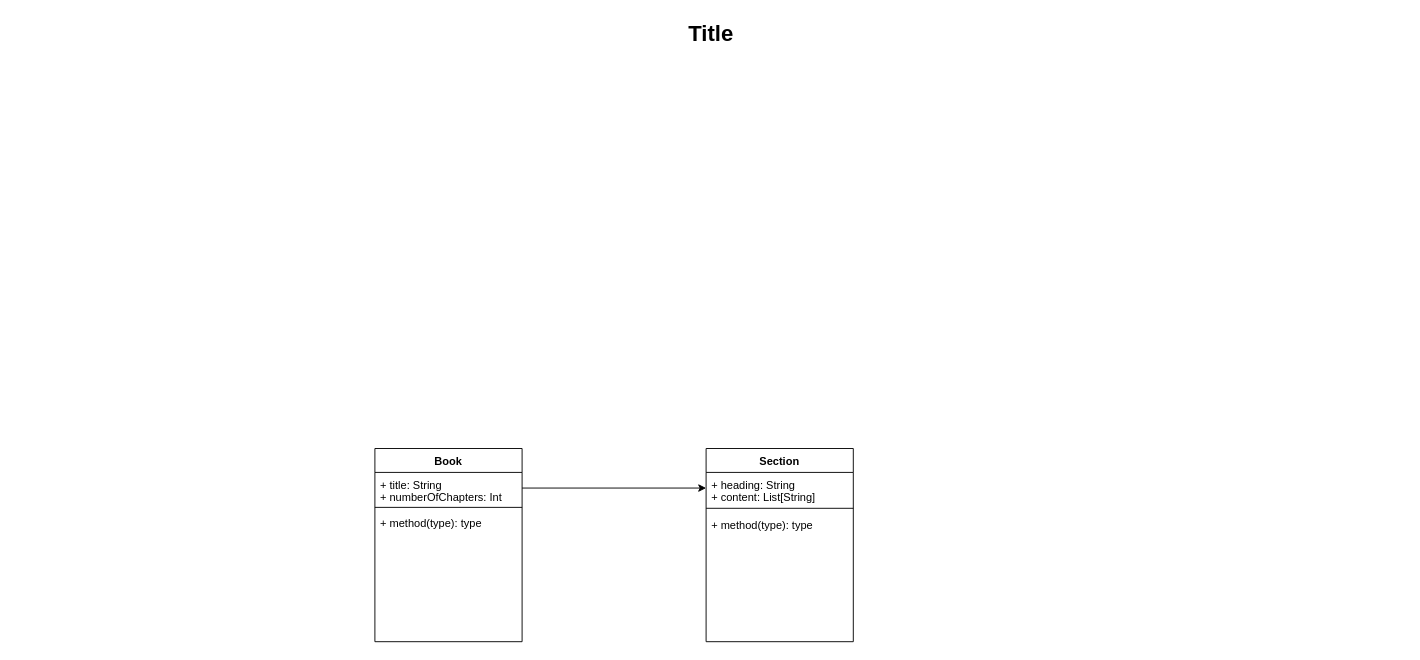
This is IngegneriaSistemiDistribuiti/immagini/Section.drawio from josura/appunti_e_cose_condivise, a draw.io file, before an edit. Source tidied: cells renumbered, new cells numbered last; positions are measured from the earlier drawing's top-left corner, leaving out a move shared by most shapes. Both pictures are drawn from the tidied source at 92%, with x=0, y=0 at pixel (16, 16).
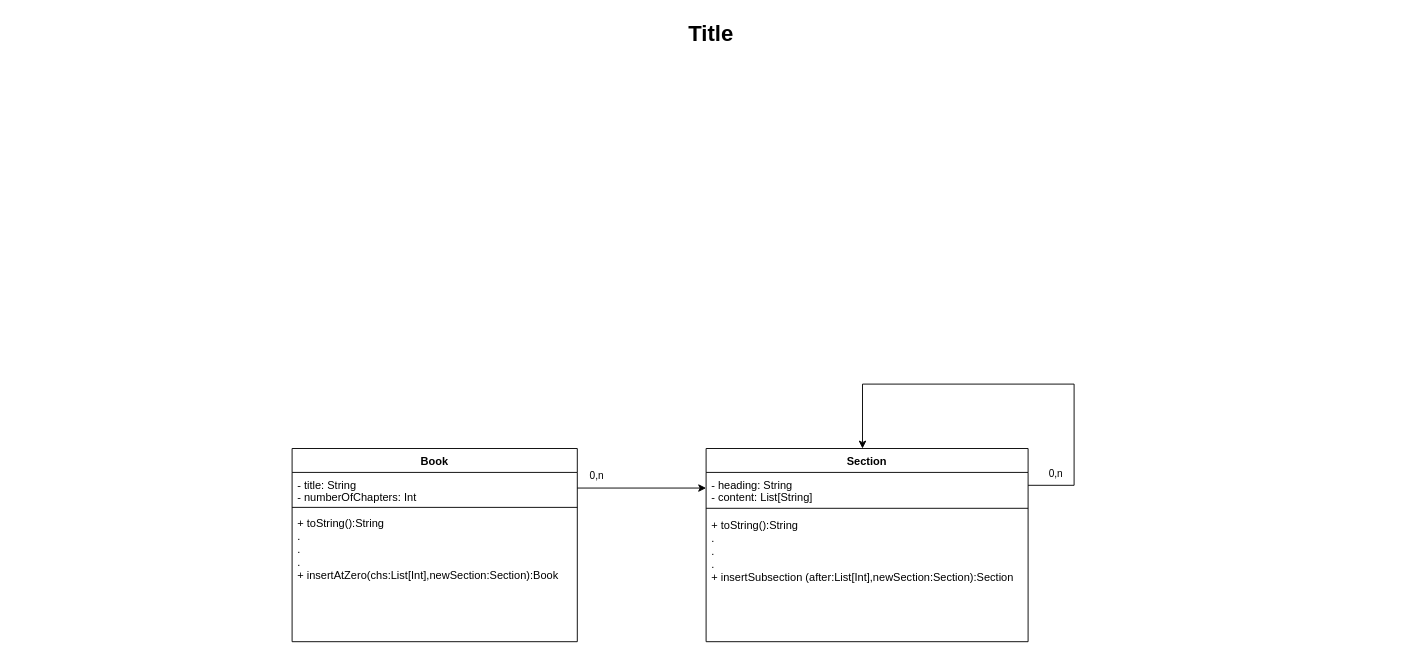
After the change.

What changed in the source:
```diff
@@
 <mxGraphModel>
   <root>
     <mxCell id="0" />
     <mxCell id="1" parent="0" />
     <mxCell id="2" value="Title" style="text;strokeColor=none;fillColor=none;html=1;fontSize=24;fontStyle=1;verticalAlign=middle;align=center;" parent="1" vertex="1">
       <mxGeometry width="1510" height="40" as="geometry" />
     </mxCell>
     <mxCell id="3" value="Section" style="swimlane;fontStyle=1;align=center;verticalAlign=top;horizontal=1;startSize=26;" parent="1" vertex="1">
-      <mxGeometry x="750" y="470" width="160" height="210" as="geometry" />
+      <mxGeometry x="750" y="470" width="350" height="210" as="geometry" />
     </mxCell>
-    <mxCell id="4" value="+ heading: String&#10;+ content: List[String]&#10;" style="text;strokeColor=none;fillColor=none;align=left;verticalAlign=top;spacingLeft=4;spacingRight=4;overflow=hidden;points=[[0,0.5],[1,0.5]];portConstraint=eastwest;" parent="3" vertex="1">
-      <mxGeometry y="26" width="160" height="34" as="geometry" />
+    <mxCell id="4" value="- heading: String&#10;- content: List[String]&#10;" style="text;strokeColor=none;fillColor=none;align=left;verticalAlign=top;spacingLeft=4;spacingRight=4;overflow=hidden;points=[[0,0.5],[1,0.5]];portConstraint=eastwest;" parent="3" vertex="1">
+      <mxGeometry y="26" width="350" height="34" as="geometry" />
     </mxCell>
     <mxCell id="5" style="line;strokeWidth=1;fillColor=none;align=left;verticalAlign=middle;spacingTop=-1;spacingLeft=3;spacingRight=3;labelPosition=right;" parent="3" vertex="1">
-      <mxGeometry y="60" width="160" height="10" as="geometry" />
+      <mxGeometry y="60" width="350" height="10" as="geometry" />
     </mxCell>
-    <mxCell id="6" value="+ method(type): type" style="text;strokeColor=none;fillColor=none;align=left;verticalAlign=top;spacingLeft=4;spacingRight=4;overflow=hidden;" parent="3" vertex="1">
-      <mxGeometry y="70" width="160" height="140" as="geometry" />
+    <mxCell id="6" value="+ toString():String&#10;.&#10;.&#10;.&#10;+ insertSubsection (after:List[Int],newSection:Section):Section&#10;" style="text;strokeColor=none;fillColor=none;align=left;verticalAlign=top;spacingLeft=4;spacingRight=4;overflow=hidden;" parent="3" vertex="1">
+      <mxGeometry y="70" width="350" height="140" as="geometry" />
     </mxCell>
     <mxCell id="7" value="Book" style="swimlane;fontStyle=1;align=center;verticalAlign=top;horizontal=1;startSize=26;" parent="1" vertex="1">
-      <mxGeometry x="390" y="470" width="160" height="210" as="geometry" />
+      <mxGeometry x="300" y="470" width="310" height="210" as="geometry" />
     </mxCell>
-    <mxCell id="8" value="+ title: String&#10;+ numberOfChapters: Int&#10;" style="text;strokeColor=none;fillColor=none;align=left;verticalAlign=top;spacingLeft=4;spacingRight=4;overflow=hidden;points=[[0,0.5],[1,0.5]];portConstraint=eastwest;" parent="7" vertex="1">
-      <mxGeometry y="26" width="160" height="34" as="geometry" />
+    <mxCell id="8" value="- title: String&#10;- numberOfChapters: Int&#10;" style="text;strokeColor=none;fillColor=none;align=left;verticalAlign=top;spacingLeft=4;spacingRight=4;overflow=hidden;points=[[0,0.5],[1,0.5]];portConstraint=eastwest;" parent="7" vertex="1">
+      <mxGeometry y="26" width="310" height="34" as="geometry" />
     </mxCell>
     <mxCell id="9" style="line;strokeWidth=1;fillColor=none;align=left;verticalAlign=middle;spacingTop=-1;spacingLeft=3;spacingRight=3;labelPosition=right;" parent="7" vertex="1">
-      <mxGeometry y="60" width="160" height="8" as="geometry" />
+      <mxGeometry y="60" width="310" height="8" as="geometry" />
     </mxCell>
-    <mxCell id="10" value="+ method(type): type" style="text;strokeColor=none;fillColor=none;align=left;verticalAlign=top;spacingLeft=4;spacingRight=4;overflow=hidden;" parent="7" vertex="1">
-      <mxGeometry y="68" width="160" height="142" as="geometry" />
+    <mxCell id="10" value="+ toString():String&#10;.&#10;.&#10;.&#10;+ insertAtZero(chs:List[Int],newSection:Section):Book&#10;" style="text;strokeColor=none;fillColor=none;align=left;verticalAlign=top;spacingLeft=4;spacingRight=4;overflow=hidden;" parent="7" vertex="1">
+      <mxGeometry y="68" width="310" height="142" as="geometry" />
     </mxCell>
-    <mxCell id="11" style="edgeStyle=orthogonalEdgeStyle;rounded=0;jettySize=auto;html=1;" parent="1" edge="1" source="8" target="4">
-      <mxGeometry relative="1" as="geometry" />
+    <mxCell id="11" value="0,n" style="edgeStyle=orthogonalEdgeStyle;rounded=0;jettySize=auto;html=1;" parent="1" edge="1" source="8" target="4">
+      <mxGeometry x="-0.7" y="13" relative="1" as="geometry" />
     </mxCell>
+    <mxCell id="12" value="0,n" style="endArrow=none;html=1;entryX=1;entryY=0.5;entryDx=0;entryDy=0;" parent="1" edge="1">
+      <mxGeometry x="-0.2" y="-13" relative="1" as="geometry">
+        <mxPoint x="1150" y="510" as="sourcePoint" />
+        <mxPoint x="1100" y="510" as="targetPoint" />
+      </mxGeometry>
+    </mxCell>
+    <mxCell id="13" style="endArrow=none;html=1;" parent="1" edge="1">
+      <mxGeometry relative="1" as="geometry">
+        <mxPoint x="1150" y="400" as="sourcePoint" />
+        <mxPoint x="1150" y="510" as="targetPoint" />
+      </mxGeometry>
+    </mxCell>
+    <mxCell id="14" style="endArrow=none;html=1;" parent="1" edge="1">
+      <mxGeometry relative="1" as="geometry">
+        <mxPoint x="1150" y="400" as="sourcePoint" />
+        <mxPoint x="920" y="400" as="targetPoint" />
+      </mxGeometry>
+    </mxCell>
+    <mxCell id="15" style="endArrow=classic;html=1;" parent="1" edge="1">
+      <mxGeometry relative="1" as="geometry">
+        <mxPoint x="920" y="400" as="sourcePoint" />
+        <mxPoint x="920" y="470" as="targetPoint" />
+      </mxGeometry>
+    </mxCell>
   </root>
 </mxGraphModel>
```
